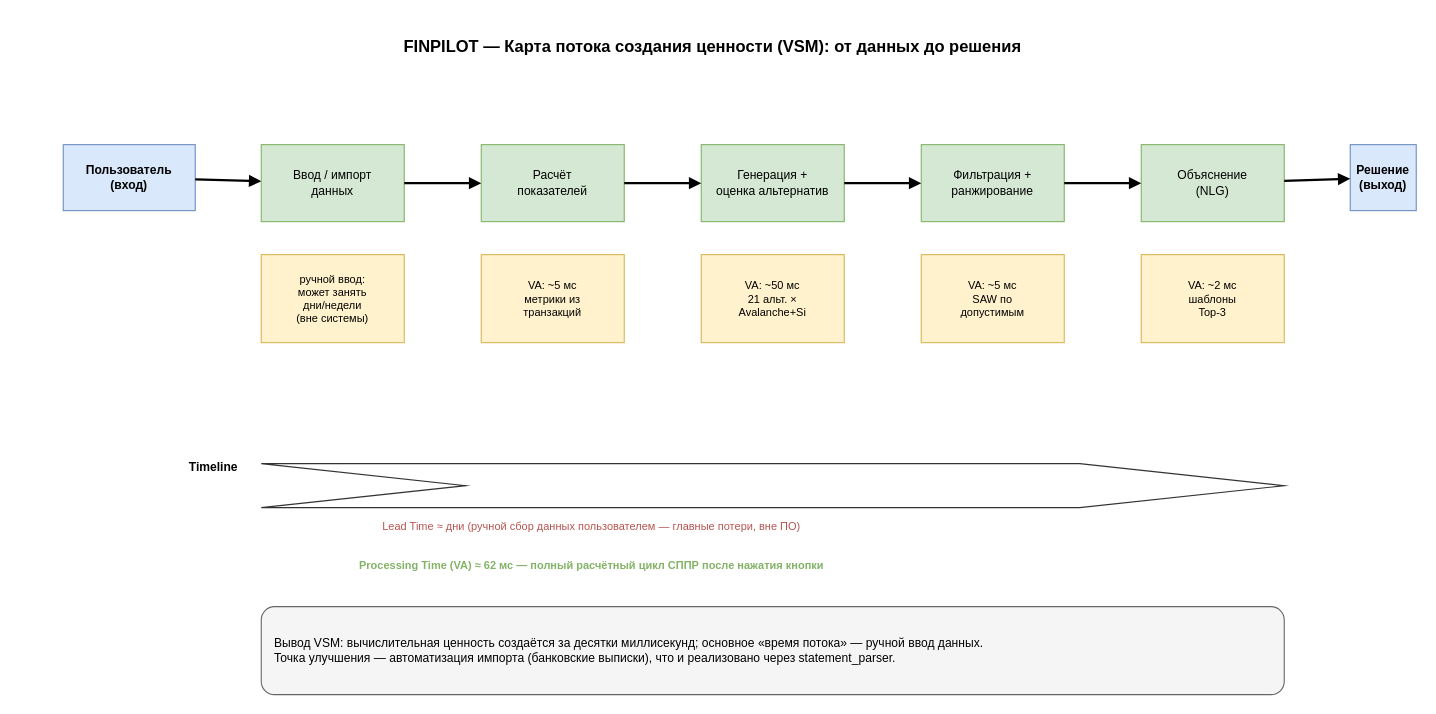
vevdokimovm/personal-finance-dss keeps this draw.io diagram as docs/diagrams/19_vsm.drawio. Above is the earlier version. Source tidied: cells renumbered, new cells numbered last; positions are measured from the earlier drawing's top-left corner, leaving out a move shared by most shapes. Both pictures are drawn from the tidied source at 110%, with x=0, y=0 at pixel (63, 29).
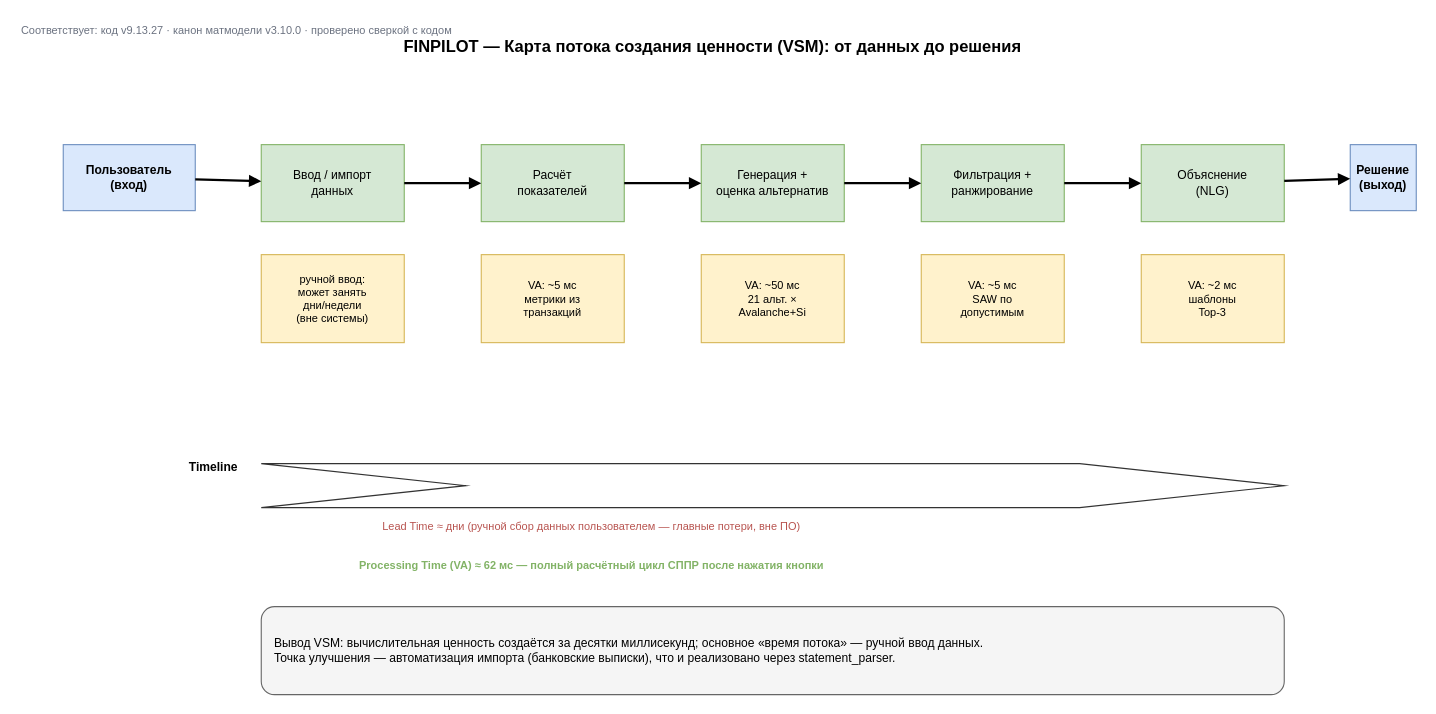
The same diagram, later.

What changed in the source:
```diff
@@
+    <mxCell id="26" value="Соответствует: код v9.13.27 · канон матмодели v3.10.0 · проверено сверкой с кодом" style="text;html=1;strokeColor=none;fillColor=none;align=left;verticalAlign=middle;fontSize=10;fontColor=#6b7280;" parent="1" vertex="1">
+      <mxGeometry x="-40" y="-9" width="520" height="20" as="geometry" />
+    </mxCell>
```
